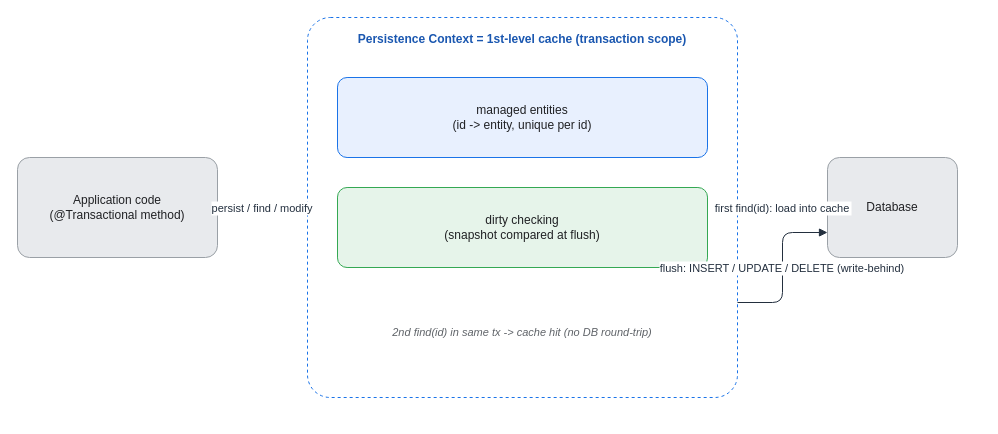
Before: assets/img/spring/spring-15-persistence-context.drawio in KKamJi98/kkamji98.github.io, a draw.io diagram. Source tidied: cells renumbered, new cells numbered last; positions are measured from the earlier drawing's top-left corner, leaving out a move shared by most shapes. Both pictures are drawn from the tidied source at 100%, with x=0, y=0 at pixel (17, 17).
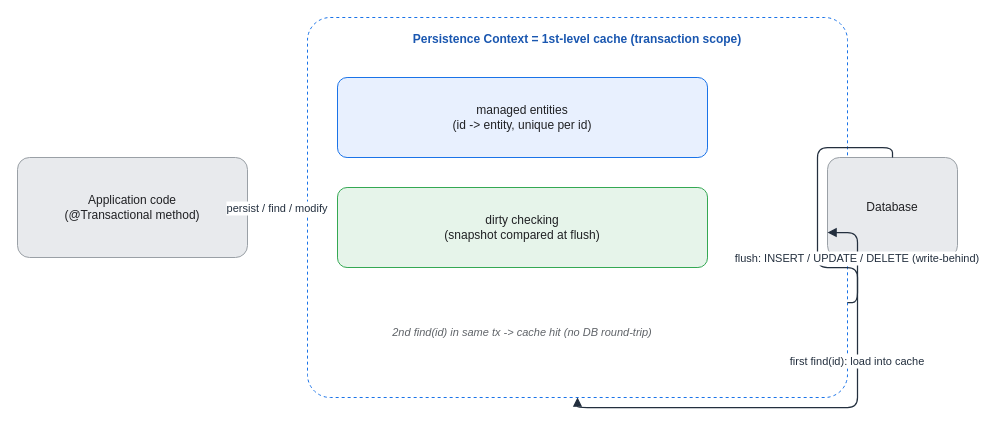
After the change.

Change to the diagram source:
```diff
@@
 <mxGraphModel background="#FFFFFF">
   <root>
     <mxCell id="0" />
     <mxCell id="1" parent="0" />
-    <mxCell id="2" value="Application code&#10;(@Transactional method)" style="rounded=1;whiteSpace=wrap;html=1;arcSize=12;shadow=0;fillColor=#E8EAED;strokeColor=#9AA0A6;fontColor=#202124;" parent="1" vertex="1">
-      <mxGeometry y="140" width="200" height="100" as="geometry" />
+    <mxCell id="2" value="Application code&#10;(@Transactional method)" style="rounded=1;whiteSpace=wrap;html=0;arcSize=12;shadow=0;fillColor=#E8EAED;strokeColor=#9AA0A6;fontColor=#202124;" parent="1" vertex="1">
+      <mxGeometry y="140" width="230" height="100" as="geometry" />
     </mxCell>
-    <mxCell id="3" value="Persistence Context = 1st-level cache (transaction scope)" style="rounded=1;whiteSpace=wrap;html=1;arcSize=6;shadow=0;fillColor=#FFFFFF;strokeColor=#1A73E8;fontColor=#1A57B0;fontStyle=1;verticalAlign=top;align=center;dashed=1;spacingTop=8;" parent="1" vertex="1">
-      <mxGeometry x="290" width="430" height="380" as="geometry" />
+    <mxCell id="3" value="Persistence Context = 1st-level cache (transaction scope)" style="rounded=1;whiteSpace=wrap;html=0;arcSize=6;shadow=0;fillColor=#FFFFFF;strokeColor=#1A73E8;fontColor=#1A57B0;fontStyle=1;verticalAlign=top;align=center;dashed=1;spacingTop=8;" parent="1" vertex="1">
+      <mxGeometry x="290" width="540" height="380" as="geometry" />
     </mxCell>
-    <mxCell id="4" value="managed entities&#10;(id -&gt; entity, unique per id)" style="rounded=1;whiteSpace=wrap;html=1;arcSize=12;shadow=0;fillColor=#E8F0FE;strokeColor=#1A73E8;fontColor=#202124;" parent="1" vertex="1">
+    <mxCell id="4" value="managed entities&#10;(id -&gt; entity, unique per id)" style="rounded=1;whiteSpace=wrap;html=0;arcSize=12;shadow=0;fillColor=#E8F0FE;strokeColor=#1A73E8;fontColor=#202124;" parent="1" vertex="1">
       <mxGeometry x="320" y="60" width="370" height="80" as="geometry" />
     </mxCell>
-    <mxCell id="5" value="dirty checking&#10;(snapshot compared at flush)" style="rounded=1;whiteSpace=wrap;html=1;arcSize=12;shadow=0;fillColor=#E6F4EA;strokeColor=#34A853;fontColor=#202124;" parent="1" vertex="1">
+    <mxCell id="5" value="dirty checking&#10;(snapshot compared at flush)" style="rounded=1;whiteSpace=wrap;html=0;arcSize=12;shadow=0;fillColor=#E6F4EA;strokeColor=#34A853;fontColor=#202124;" parent="1" vertex="1">
       <mxGeometry x="320" y="170" width="370" height="80" as="geometry" />
     </mxCell>
-    <mxCell id="6" value="2nd find(id) in same tx -&gt; cache hit (no DB round-trip)" style="text;html=1;align=center;verticalAlign=middle;whiteSpace=wrap;fontSize=11;fontColor=#5F6368;fontStyle=2;" parent="1" vertex="1">
+    <mxCell id="6" value="2nd find(id) in same tx -&gt; cache hit (no DB round-trip)" style="text;html=0;align=center;verticalAlign=middle;whiteSpace=wrap;fontSize=11;fontColor=#5F6368;fontStyle=2;" parent="1" vertex="1">
       <mxGeometry x="320" y="290" width="370" height="50" as="geometry" />
     </mxCell>
-    <mxCell id="7" value="Database" style="rounded=1;whiteSpace=wrap;html=1;arcSize=12;shadow=0;fillColor=#E8EAED;strokeColor=#9AA0A6;fontColor=#202124;" parent="1" vertex="1">
+    <mxCell id="7" value="Database" style="rounded=1;whiteSpace=wrap;html=0;arcSize=12;shadow=0;fillColor=#E8EAED;strokeColor=#9AA0A6;fontColor=#202124;" parent="1" vertex="1">
       <mxGeometry x="810" y="140" width="130" height="100" as="geometry" />
     </mxCell>
-    <mxCell id="8" value="persist / find / modify" style="edgeStyle=orthogonalEdgeStyle;rounded=1;html=0;endArrow=block;strokeColor=#232F3E;fontColor=#232F3E;labelBackgroundColor=#FFFFFF;" parent="1" edge="1" source="2" target="3">
+    <mxCell id="8" value="persist / find / modify" style="edgeStyle=orthogonalEdgeStyle;rounded=1;html=0;endArrow=block;strokeColor=#232F3E;fontColor=#232F3E;labelBackgroundColor=#FFFFFF;strokeWidth=1.25;" parent="1" edge="1" source="2" target="3">
       <mxGeometry relative="1" as="geometry" />
     </mxCell>
-    <mxCell id="9" value="first find(id): load into cache" style="edgeStyle=orthogonalEdgeStyle;rounded=1;html=0;endArrow=block;strokeColor=#232F3E;fontColor=#232F3E;labelBackgroundColor=#FFFFFF;" parent="1" edge="1" source="7" target="3">
+    <mxCell id="9" value="first find(id): load into cache" style="edgeStyle=orthogonalEdgeStyle;rounded=1;html=0;endArrow=block;strokeColor=#232F3E;fontColor=#232F3E;labelBackgroundColor=#FFFFFF;strokeWidth=1.25;" parent="1" edge="1" source="7" target="3">
       <mxGeometry relative="1" as="geometry" />
     </mxCell>
-    <mxCell id="10" value="flush: INSERT / UPDATE / DELETE (write-behind)" style="edgeStyle=orthogonalEdgeStyle;rounded=1;html=0;endArrow=block;strokeColor=#232F3E;fontColor=#232F3E;labelBackgroundColor=#FFFFFF;exitX=1;exitY=0.75;exitDx=0;exitDy=0;entryX=0;entryY=0.75;entryDx=0;entryDy=0;" parent="1" edge="1" source="3" target="7">
+    <mxCell id="10" value="flush: INSERT / UPDATE / DELETE (write-behind)" style="edgeStyle=orthogonalEdgeStyle;rounded=1;html=0;endArrow=block;strokeColor=#232F3E;fontColor=#232F3E;labelBackgroundColor=#FFFFFF;exitX=1;exitY=0.75;exitDx=0;exitDy=0;entryX=0;entryY=0.75;entryDx=0;entryDy=0;strokeWidth=1.25;" parent="1" edge="1" source="3" target="7">
       <mxGeometry relative="1" as="geometry" />
     </mxCell>
   </root>
 </mxGraphModel>
```
